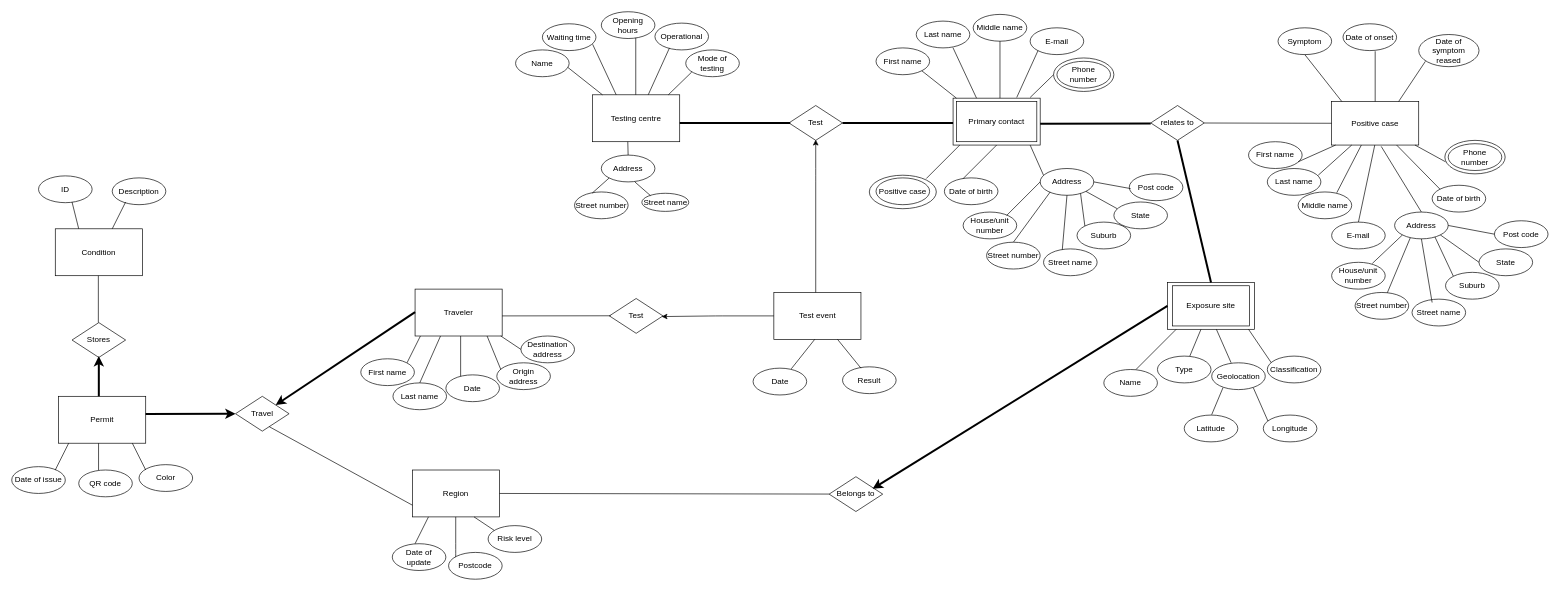
Earlier version of the draw.io diagram Untitled Diagram.drawio (pingtingw/info20003). Source tidied: cells renumbered, new cells numbered last; positions are measured from the earlier drawing's top-left corner, leaving out a move shared by most shapes. Both pictures are drawn from the tidied source at 67%, with x=0, y=0 at pixel (11, 11).
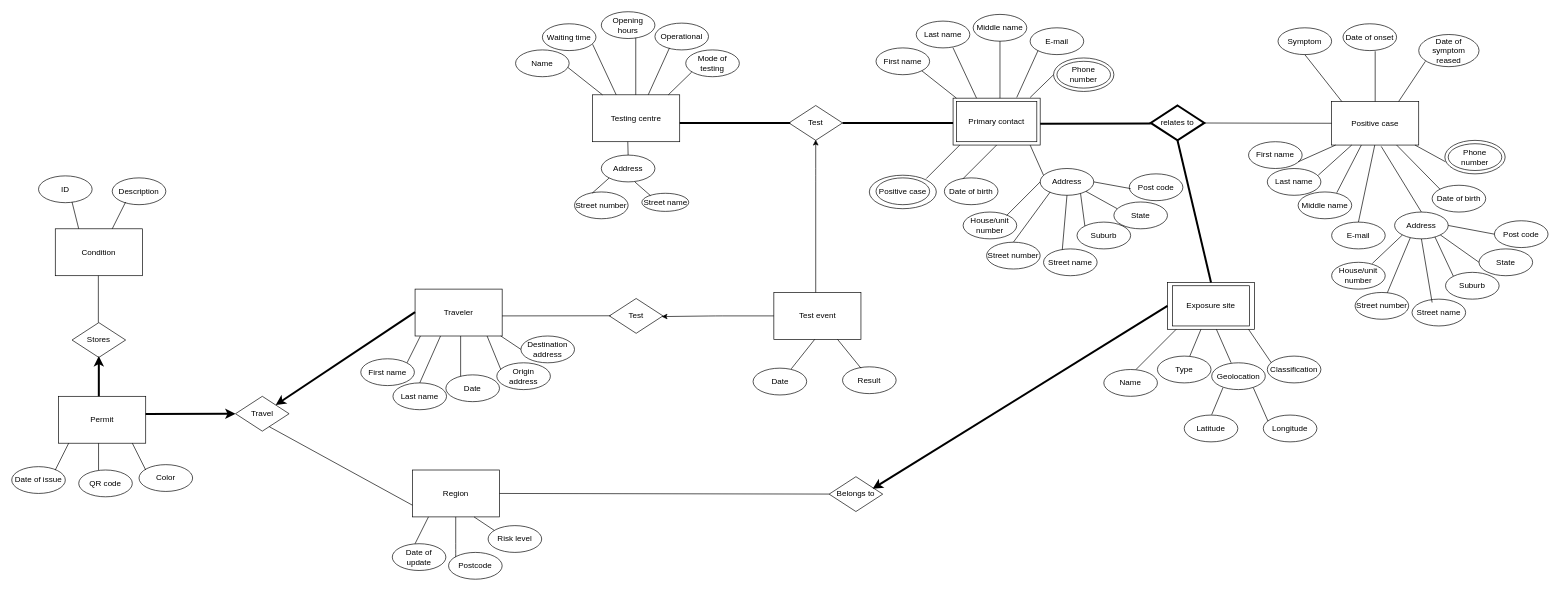
The same diagram, later.

The edit, as a diff of the source:
```diff
@@
-    <mxCell id="70" value="relates to" style="rhombus;whiteSpace=wrap;html=1;fillColor=none;gradientColor=none;" parent="1" vertex="1">
+    <mxCell id="70" value="relates to" style="rhombus;whiteSpace=wrap;html=1;fillColor=none;gradientColor=none;strokeWidth=3;" parent="1" vertex="1">
       <mxGeometry x="1700" y="140" width="80" height="52" as="geometry" />
     </mxCell>
```
